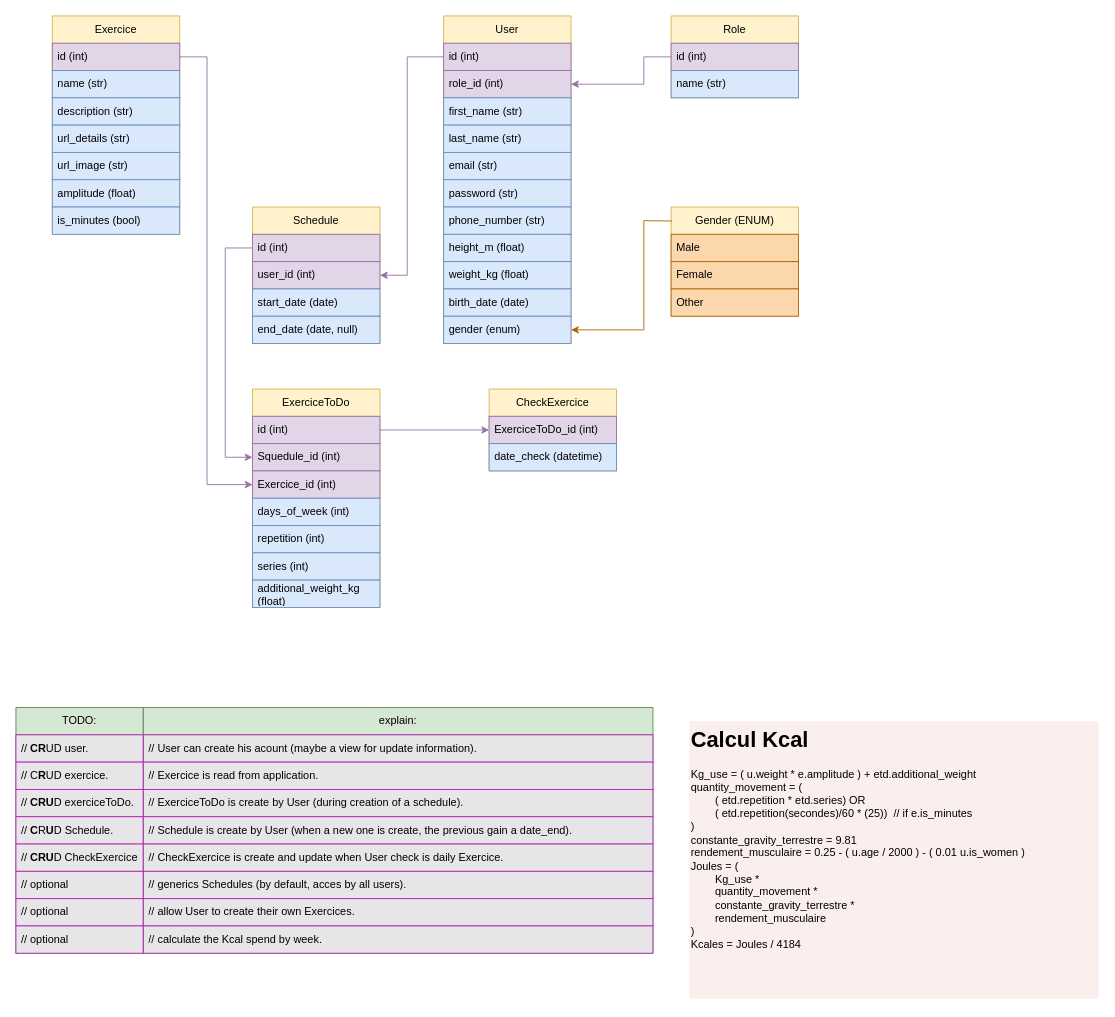
Earlier version of the draw.io diagram Analyse.drawio (Ailten/Sport-Schedule-Py). Source tidied: cells renumbered, new cells numbered last; positions are measured from the earlier drawing's top-left corner, leaving out a move shared by most shapes. Both pictures are drawn from the tidied source at 91%, with x=0, y=0 at pixel (15, 15).
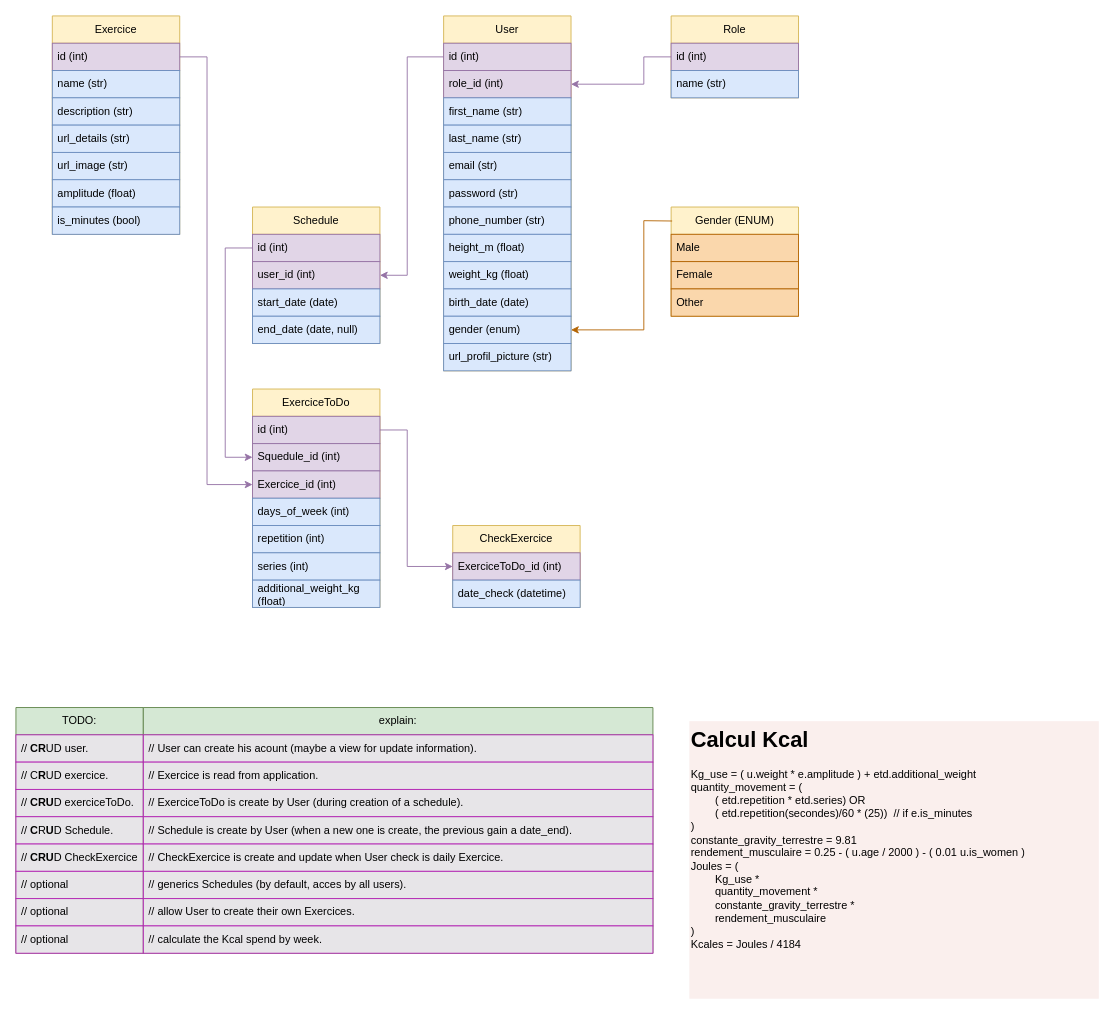
Above is the later version.

Commit message (it also covers changes not shown here):
constraint user

The change refers to these unchanged cells:
```xml
<mxCell id="29" value="id (int)" style="text;strokeColor=#9673a6;fillColor=#e1d5e7;align=left;verticalAlign=middle;spacingLeft=4;spacingRight=4;overflow=hidden;points=[[0,0.5],[1,0.5]];portConstraint=eastwest;whiteSpace=wrap;html=1;" parent="28" vertex="1">
  <mxGeometry y="30" width="140" height="30" as="geometry" />
</mxCell>
<mxCell id="39" value="ExerciceToDo_id (int)" style="text;strokeColor=#9673a6;fillColor=#e1d5e7;align=left;verticalAlign=middle;spacingLeft=4;spacingRight=4;overflow=hidden;points=[[0,0.5],[1,0.5]];portConstraint=eastwest;whiteSpace=wrap;html=1;" parent="38" vertex="1">
  <mxGeometry y="30" width="140" height="30" as="geometry" />
</mxCell>
```

What changed in the source:
```diff
@@
     <mxCell id="2" value="User" style="swimlane;fontStyle=0;horizontal=1;startSize=30;whiteSpace=wrap;html=1;fillColor=#fff2cc;strokeColor=#d6b656;" parent="1" vertex="1">
-      <mxGeometry x="470" width="140" height="360" as="geometry" />
+      <mxGeometry x="470" width="140" height="390" as="geometry" />
     </mxCell>
@@
+    <mxCell id="70" value="url_profil_picture (str)" style="text;strokeColor=#6c8ebf;fillColor=#dae8fc;align=left;verticalAlign=middle;spacingLeft=4;spacingRight=4;overflow=hidden;whiteSpace=wrap;html=1;" parent="2" vertex="1">
+      <mxGeometry y="360" width="140" height="30" as="geometry" />
+    </mxCell>
@@
     <mxCell id="38" value="CheckExercice" style="swimlane;fontStyle=0;horizontal=1;startSize=30;whiteSpace=wrap;html=1;fillColor=#fff2cc;strokeColor=#d6b656;" parent="1" vertex="1">
-      <mxGeometry x="520" y="410" width="140" height="90" as="geometry" />
+      <mxGeometry x="480" y="560" width="140" height="90" as="geometry" />
     </mxCell>
@@
     <mxCell id="65" style="endArrow=classic;html=1;rounded=0;exitX=1;exitY=0.5;exitDx=0;exitDy=0;entryX=0;entryY=0.5;entryDx=0;entryDy=0;fillColor=#e1d5e7;strokeColor=#9673a6;" parent="1" edge="1" source="29" target="39">
-      <mxGeometry relative="1" as="geometry" />
+      <mxGeometry relative="1" as="geometry">
+        <Array as="points">
+          <mxPoint x="430" y="455" />
+          <mxPoint x="430" y="605" />
+        </Array>
+      </mxGeometry>
     </mxCell>
```
